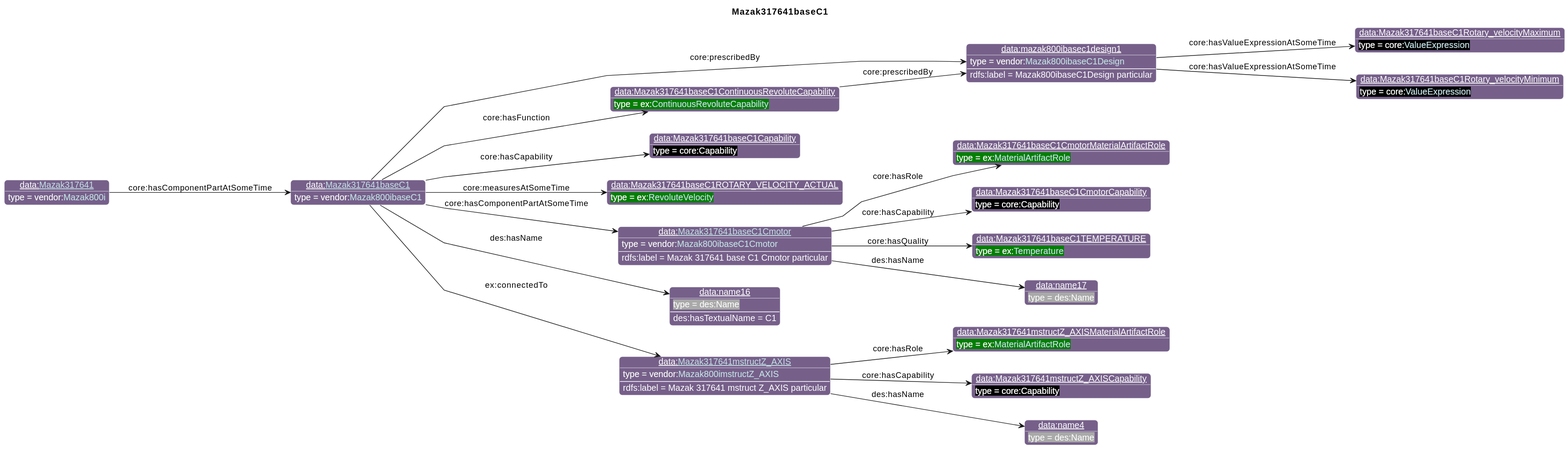
iofoundry/example-syseng-mtconnect keeps this PlantUML diagram as diagrams/Mazak317641baseC1.svg. Above is the earlier version. Its diagram source:
```plantuml
@startuml
!include ../iof.iuml

<style>
object {
  HyperlinkColor #C4E1E6
}
</style>

left to right direction
skinparam linetype polyline
title Mazak317641baseC1

!$default_direction = down

!$namespace_colors = { "bfo":"DFA702",
                      "iof":"1E90FF",
                      "ns":"Green",
                      "ns1":"76608A",
                      "core":"000000",
                      "ex":"Green",
                      "data":"76608A",
                      "vendor":"76608A",
                      "units":"8A2D3B",
                      "cmns-dsg":"3A0519",
                      "qp":"641B2E"
      }
individual(o0, data:[[./Mazak317641baseC1.html Mazak317641baseC1]], vendor:[[../Mazak.html#Mazak800ibaseC1 Mazak800ibaseC1]])
individual(o1, data:mazak800ibasec1design1, vendor:[[../Mazak.html#Mazak800ibaseC1Design Mazak800ibaseC1Design]])
individual(o2, data:Mazak317641baseC1Rotary_velocityMaximum, core:[[https://spec.industrialontologies.org/ontology/core/Core/ValueExpression ValueExpression]])
individual(o3, data:Mazak317641baseC1Rotary_velocityMinimum, core:[[https://spec.industrialontologies.org/ontology/core/Core/ValueExpression ValueExpression]])
individual(o4, data:Mazak317641baseC1Capability, core:Capability)
individual(o5, data:Mazak317641baseC1ROTARY_VELOCITY_ACTUAL, ex:[[../Example.html#RevoluteVelocity RevoluteVelocity]])
individual(o6, data:[[./Mazak317641baseC1Cmotor.html Mazak317641baseC1Cmotor]], vendor:[[../Mazak.html#Mazak800ibaseC1Cmotor Mazak800ibaseC1Cmotor]])
individual(o7, data:Mazak317641baseC1CmotorMaterialArtifactRole, ex:[[../Example.html#MaterialArtifactRole MaterialArtifactRole]])
individual(o8, data:Mazak317641baseC1CmotorCapability, core:Capability)
individual(o9, data:Mazak317641baseC1TEMPERATURE, ex:[[../Example.html#Temperature Temperature]])
individual(o10, data:name17, des:Name)
individual(o11, data:Mazak317641baseC1ContinuousRevoluteCapability, ex:[[../Example.html#ContinuousRevoluteCapability ContinuousRevoluteCapability]])
individual(o12, data:name16, des:Name)
individual(o13, data:[[./Mazak317641mstructZ_AXIS.html Mazak317641mstructZ_AXIS]], vendor:[[../Mazak.html#Mazak800imstructZ_AXIS Mazak800imstructZ_AXIS]])
individual(o14, data:Mazak317641mstructZ_AXISMaterialArtifactRole, ex:[[../Example.html#MaterialArtifactRole MaterialArtifactRole]])
individual(o15, data:Mazak317641mstructZ_AXISCapability, core:Capability)
individual(o16, data:name4, des:Name)
individual(o17, data:[[./Mazak317641.html Mazak317641]], vendor:[[../Mazak.html#Mazak800i Mazak800i]])
property(o0, "core:prescribedBy", o1)
data(o1, "rdfs:label", "Mazak800ibaseC1Design particular")
property(o1, "core:hasValueExpressionAtSomeTime", o2)
property(o1, "core:hasValueExpressionAtSomeTime", o3)
property(o0, "core:hasCapability", o4)
property(o0, "core:measuresAtSomeTime", o5)
property(o0, "core:hasComponentPartAtSomeTime", o6)
data(o6, "rdfs:label", "Mazak 317641 base C1 Cmotor particular")
property(o6, "core:hasRole", o7)
property(o6, "core:hasCapability", o8)
property(o6, "core:hasQuality", o9)
property(o6, "des:hasName", o10)
property(o0, "core:hasFunction", o11)
property(o11, "core:prescribedBy", o1)
property(o0, "des:hasName", o12)
data(o12, "des:hasTextualName", "C1")
property(o0, "ex:connectedTo", o13)
data(o13, "rdfs:label", "Mazak 317641 mstruct Z_AXIS particular")
property(o13, "core:hasRole", o14)
property(o13, "core:hasCapability", o15)
property(o13, "des:hasName", o16)
property(o17, "core:hasComponentPartAtSomeTime", o0)
@enduml
```
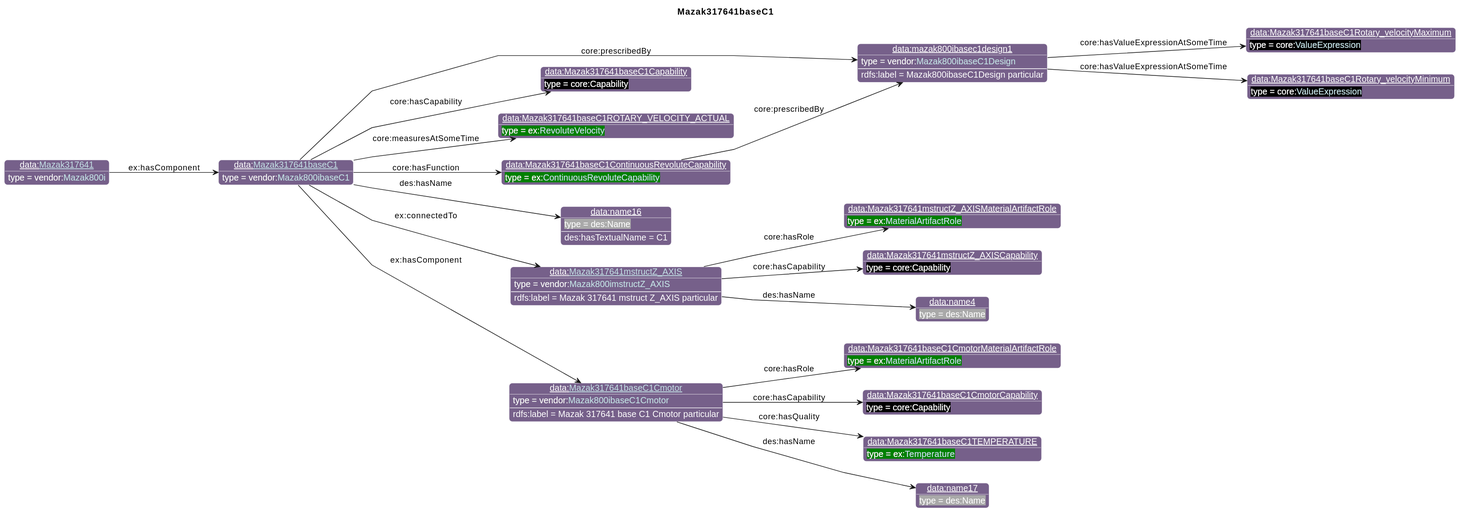
The same file after the commit.

The edit, as a diff of the source:
```diff
@@ -31,17 +31,17 @@
 individual(o3, data:Mazak317641baseC1Rotary_velocityMinimum, core:[[https://spec.industrialontologies.org/ontology/core/Core/ValueExpression ValueExpression]])
 individual(o4, data:Mazak317641baseC1Capability, core:Capability)
 individual(o5, data:Mazak317641baseC1ROTARY_VELOCITY_ACTUAL, ex:[[../Example.html#RevoluteVelocity RevoluteVelocity]])
-individual(o6, data:[[./Mazak317641baseC1Cmotor.html Mazak317641baseC1Cmotor]], vendor:[[../Mazak.html#Mazak800ibaseC1Cmotor Mazak800ibaseC1Cmotor]])
-individual(o7, data:Mazak317641baseC1CmotorMaterialArtifactRole, ex:[[../Example.html#MaterialArtifactRole MaterialArtifactRole]])
-individual(o8, data:Mazak317641baseC1CmotorCapability, core:Capability)
-individual(o9, data:Mazak317641baseC1TEMPERATURE, ex:[[../Example.html#Temperature Temperature]])
-individual(o10, data:name17, des:Name)
-individual(o11, data:Mazak317641baseC1ContinuousRevoluteCapability, ex:[[../Example.html#ContinuousRevoluteCapability ContinuousRevoluteCapability]])
-individual(o12, data:name16, des:Name)
-individual(o13, data:[[./Mazak317641mstructZ_AXIS.html Mazak317641mstructZ_AXIS]], vendor:[[../Mazak.html#Mazak800imstructZ_AXIS Mazak800imstructZ_AXIS]])
-individual(o14, data:Mazak317641mstructZ_AXISMaterialArtifactRole, ex:[[../Example.html#MaterialArtifactRole MaterialArtifactRole]])
-individual(o15, data:Mazak317641mstructZ_AXISCapability, core:Capability)
-individual(o16, data:name4, des:Name)
+individual(o6, data:Mazak317641baseC1ContinuousRevoluteCapability, ex:[[../Example.html#ContinuousRevoluteCapability ContinuousRevoluteCapability]])
+individual(o7, data:name16, des:Name)
+individual(o8, data:[[./Mazak317641mstructZ_AXIS.html Mazak317641mstructZ_AXIS]], vendor:[[../Mazak.html#Mazak800imstructZ_AXIS Mazak800imstructZ_AXIS]])
+individual(o9, data:Mazak317641mstructZ_AXISMaterialArtifactRole, ex:[[../Example.html#MaterialArtifactRole MaterialArtifactRole]])
+individual(o10, data:Mazak317641mstructZ_AXISCapability, core:Capability)
+individual(o11, data:name4, des:Name)
+individual(o12, data:[[./Mazak317641baseC1Cmotor.html Mazak317641baseC1Cmotor]], vendor:[[../Mazak.html#Mazak800ibaseC1Cmotor Mazak800ibaseC1Cmotor]])
+individual(o13, data:Mazak317641baseC1CmotorMaterialArtifactRole, ex:[[../Example.html#MaterialArtifactRole MaterialArtifactRole]])
+individual(o14, data:Mazak317641baseC1CmotorCapability, core:Capability)
+individual(o15, data:Mazak317641baseC1TEMPERATURE, ex:[[../Example.html#Temperature Temperature]])
+individual(o16, data:name17, des:Name)
 individual(o17, data:[[./Mazak317641.html Mazak317641]], vendor:[[../Mazak.html#Mazak800i Mazak800i]])
 property(o0, "core:prescribedBy", o1)
 data(o1, "rdfs:label", "Mazak800ibaseC1Design particular")
@@ -49,20 +49,20 @@
 property(o1, "core:hasValueExpressionAtSomeTime", o3)
 property(o0, "core:hasCapability", o4)
 property(o0, "core:measuresAtSomeTime", o5)
-property(o0, "core:hasComponentPartAtSomeTime", o6)
-data(o6, "rdfs:label", "Mazak 317641 base C1 Cmotor particular")
-property(o6, "core:hasRole", o7)
-property(o6, "core:hasCapability", o8)
-property(o6, "core:hasQuality", o9)
-property(o6, "des:hasName", o10)
-property(o0, "core:hasFunction", o11)
-property(o11, "core:prescribedBy", o1)
-property(o0, "des:hasName", o12)
-data(o12, "des:hasTextualName", "C1")
-property(o0, "ex:connectedTo", o13)
-data(o13, "rdfs:label", "Mazak 317641 mstruct Z_AXIS particular")
-property(o13, "core:hasRole", o14)
-property(o13, "core:hasCapability", o15)
-property(o13, "des:hasName", o16)
-property(o17, "core:hasComponentPartAtSomeTime", o0)
+property(o0, "core:hasFunction", o6)
+property(o6, "core:prescribedBy", o1)
+property(o0, "des:hasName", o7)
+data(o7, "des:hasTextualName", "C1")
+property(o0, "ex:connectedTo", o8)
+data(o8, "rdfs:label", "Mazak 317641 mstruct Z_AXIS particular")
+property(o8, "core:hasRole", o9)
+property(o8, "core:hasCapability", o10)
+property(o8, "des:hasName", o11)
+property(o0, "ex:hasComponent", o12)
+data(o12, "rdfs:label", "Mazak 317641 base C1 Cmotor particular")
+property(o12, "core:hasRole", o13)
+property(o12, "core:hasCapability", o14)
+property(o12, "core:hasQuality", o15)
+property(o12, "des:hasName", o16)
+property(o17, "ex:hasComponent", o0)
 @enduml
```
